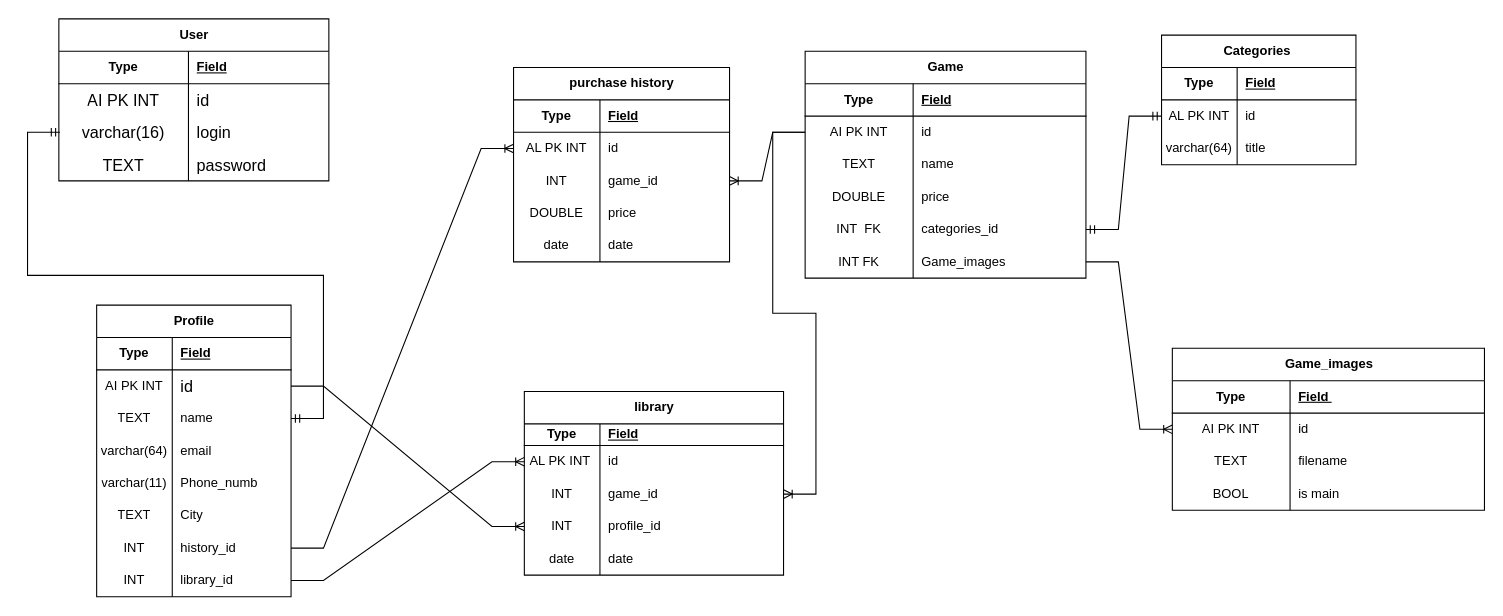
The draw.io diagram Диаграмма без названия.drawio in david371k/7.09.23, before the edit. Source tidied: cells renumbered, new cells numbered last; positions are measured from the earlier drawing's top-left corner, leaving out a move shared by most shapes. Both pictures are drawn from the tidied source at 108%, with x=0, y=0 at pixel (-1096, 18).
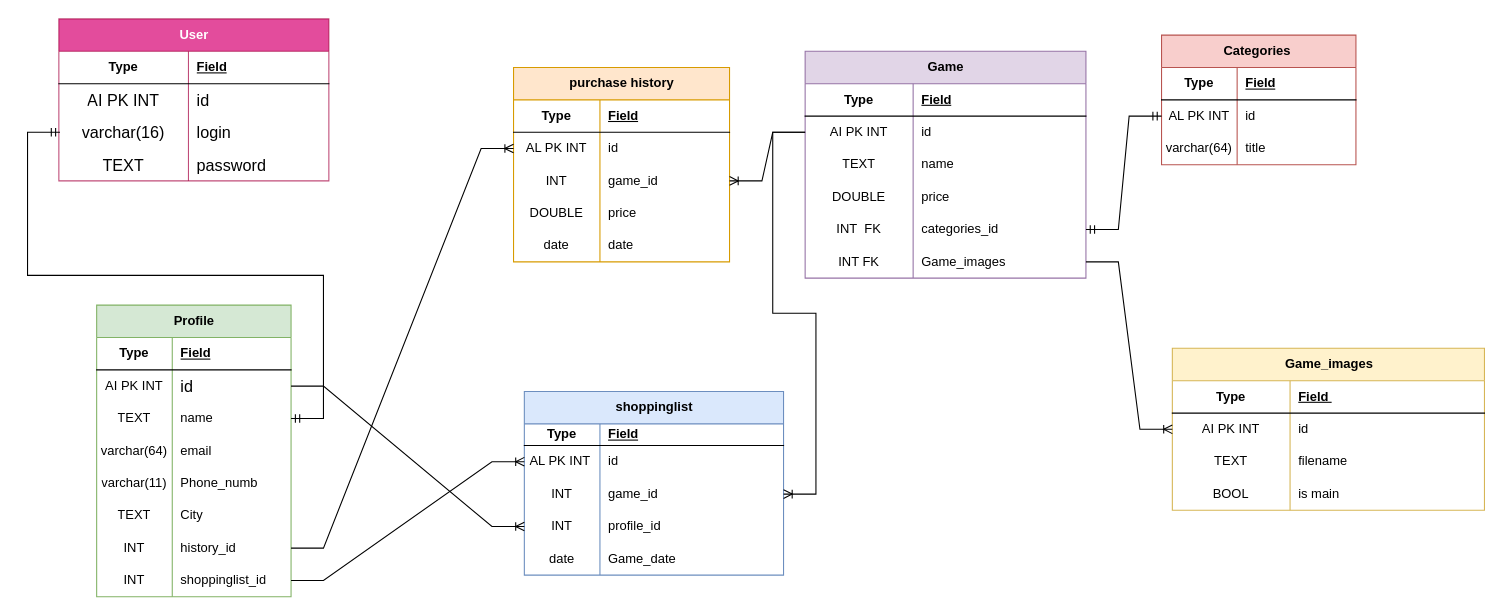
The same diagram, later.

The change refers to these unchanged cells:
```xml
<mxCell id="37" style="shape=tableRow;horizontal=0;startSize=0;swimlaneHead=0;swimlaneBody=0;fillColor=none;points=[[0,0.5],[1,0.5]];portConstraint=eastwest;top=0;left=0;right=0;bottom=0;" parent="15" vertex="1">
  <mxGeometry y="240" width="180" height="30" as="geometry" />
</mxCell>
<mxCell id="115" style="shape=tableRow;horizontal=0;startSize=0;swimlaneHead=0;swimlaneBody=0;fillColor=none;top=0;left=0;right=0;bottom=0;" parent="102" vertex="1">
  <mxGeometry y="140" width="240" height="30" as="geometry" />
</mxCell>
```

Diff of the diagram source:
```diff
@@
-    <mxCell id="2" value="User" style="shape=table;startSize=30;childLayout=tableLayout;rowLines=0;fontStyle=1;align=center;html=1;" parent="1" vertex="1">
+    <mxCell id="2" value="User" style="shape=table;startSize=30;childLayout=tableLayout;rowLines=0;fontStyle=1;align=center;html=1;fillColor=#d80073;fontColor=#ffffff;strokeColor=#A50040;opacity=70;" parent="1" vertex="1">
       <mxGeometry x="1069" width="250" height="150" as="geometry" />
     </mxCell>
@@
-    <mxCell id="15" value="Profile" style="shape=table;startSize=30;childLayout=tableLayout;rowLines=0;fontStyle=1;align=center;html=1;" parent="1" vertex="1">
+    <mxCell id="15" value="Profile" style="shape=table;startSize=30;childLayout=tableLayout;rowLines=0;fontStyle=1;align=center;html=1;fillColor=#d5e8d4;strokeColor=#82b366;" parent="1" vertex="1">
       <mxGeometry x="1104" y="265" width="180" height="270" as="geometry" />
     </mxCell>
@@
-    <mxCell id="39" value="library_id" style="shape=partialRectangle;fillColor=none;top=0;left=0;bottom=0;right=0;align=left;spacingLeft=6;overflow=hidden;whiteSpace=wrap;html=1;" parent="37" vertex="1">
+    <mxCell id="39" value="shoppinglist_id" style="shape=partialRectangle;fillColor=none;top=0;left=0;bottom=0;right=0;align=left;spacingLeft=6;overflow=hidden;whiteSpace=wrap;html=1;" parent="37" vertex="1">
       <mxGeometry x="70" width="110" height="30" as="geometry" />
     </mxCell>
@@
-    <mxCell id="41" value="Game" style="shape=table;startSize=30;childLayout=tableLayout;rowLines=0;fontStyle=1;align=center;html=1;" parent="1" vertex="1">
+    <mxCell id="41" value="Game" style="shape=table;startSize=30;childLayout=tableLayout;rowLines=0;fontStyle=1;align=center;html=1;fillColor=#e1d5e7;strokeColor=#9673a6;" parent="1" vertex="1">
       <mxGeometry x="1760" y="30" width="260" height="210" as="geometry" />
     </mxCell>
@@
-    <mxCell id="60" value="Categories&amp;nbsp;" style="shape=table;startSize=30;childLayout=tableLayout;rowLines=0;fontStyle=1;align=center;html=1;" parent="1" vertex="1">
+    <mxCell id="60" value="Categories&amp;nbsp;" style="shape=table;startSize=30;childLayout=tableLayout;rowLines=0;fontStyle=1;align=center;html=1;fillColor=#f8cecc;strokeColor=#b85450;" parent="1" vertex="1">
       <mxGeometry x="2090" y="15" width="180" height="120" as="geometry" />
     </mxCell>
@@
-    <mxCell id="71" value="Game_images" style="shape=table;startSize=30;childLayout=tableLayout;rowLines=0;fontStyle=1;align=center;html=1;" parent="1" vertex="1">
+    <mxCell id="71" value="Game_images" style="shape=table;startSize=30;childLayout=tableLayout;rowLines=0;fontStyle=1;align=center;html=1;fillColor=#fff2cc;strokeColor=#d6b656;" parent="1" vertex="1">
       <mxGeometry x="2100" y="305" width="289" height="150" as="geometry" />
     </mxCell>
@@
-    <mxCell id="85" value="purchase history" style="shape=table;startSize=30;childLayout=tableLayout;rowLines=0;fontStyle=1;align=center;html=1;" parent="1" vertex="1">
+    <mxCell id="85" value="purchase history" style="shape=table;startSize=30;childLayout=tableLayout;rowLines=0;fontStyle=1;align=center;html=1;fillColor=#ffe6cc;strokeColor=#d79b00;" parent="1" vertex="1">
       <mxGeometry x="1490" y="45" width="200" height="180" as="geometry" />
     </mxCell>
@@
-    <mxCell id="102" value="library" style="shape=table;startSize=30;childLayout=tableLayout;rowLines=0;fontStyle=1;align=center;html=1;" parent="1" vertex="1">
+    <mxCell id="102" value="shoppinglist" style="shape=table;startSize=30;childLayout=tableLayout;rowLines=0;fontStyle=1;align=center;html=1;fillColor=#dae8fc;strokeColor=#6c8ebf;" parent="1" vertex="1">
       <mxGeometry x="1500" y="345" width="240" height="170" as="geometry" />
     </mxCell>
@@
-    <mxCell id="117" value="date" style="shape=partialRectangle;fillColor=none;top=0;left=0;bottom=0;right=0;align=left;spacingLeft=6;overflow=hidden;whiteSpace=wrap;html=1;" parent="115" vertex="1">
+    <mxCell id="117" value="Game_date" style="shape=partialRectangle;fillColor=none;top=0;left=0;bottom=0;right=0;align=left;spacingLeft=6;overflow=hidden;whiteSpace=wrap;html=1;" parent="115" vertex="1">
       <mxGeometry x="70" width="170" height="30" as="geometry" />
     </mxCell>
```
